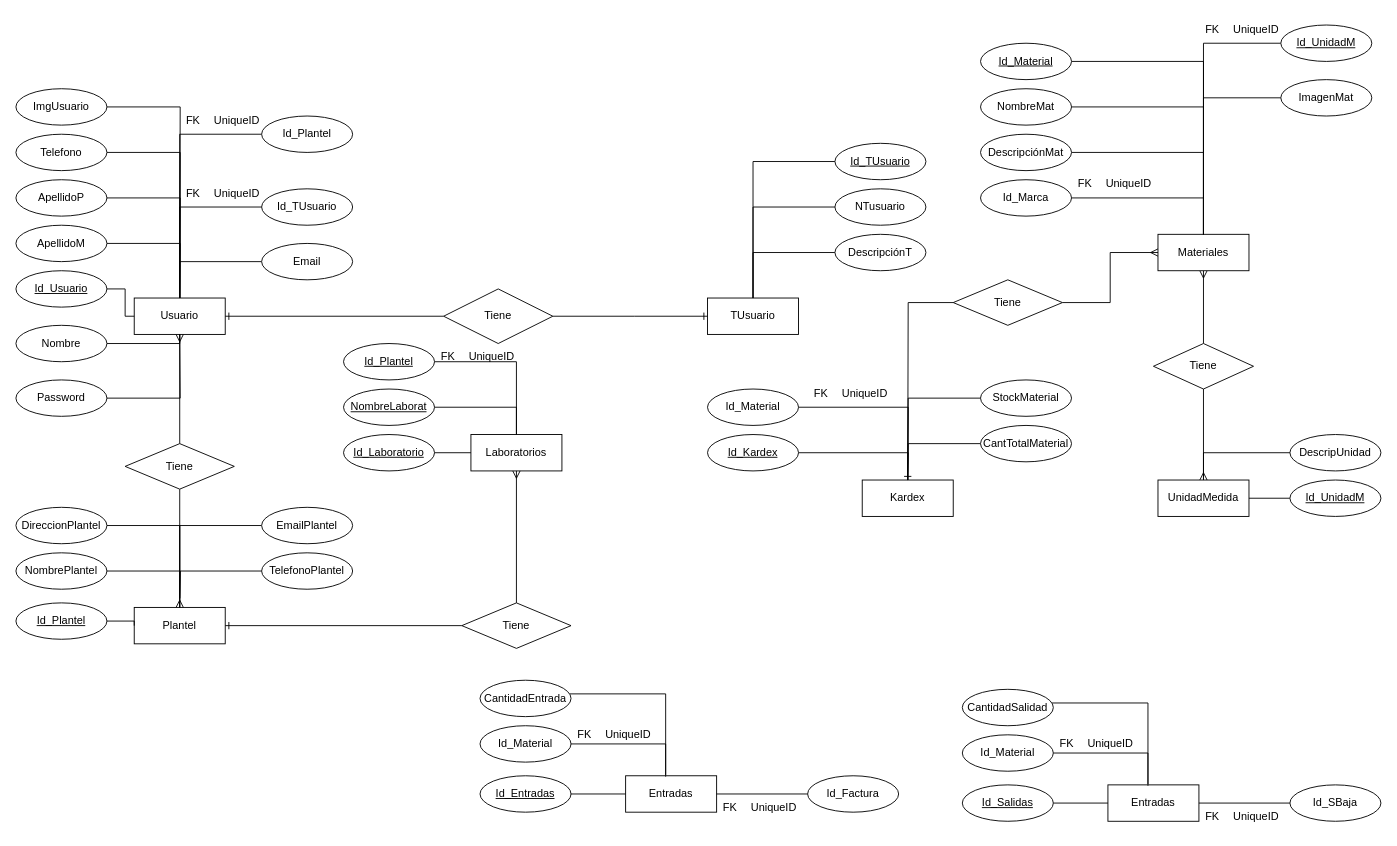
JlchavezG/ContruccionBd keeps this draw.io diagram as page "Eentidad Realacion" (1 of 2) of Diagrama sin título.drawio. Above is the earlier version. Source tidied: cells renumbered, new cells numbered last; positions are measured from the earlier drawing's top-left corner, leaving out a move shared by most shapes. Both pictures are drawn from the tidied source at 91%, with x=0, y=0 at pixel (15, 15).
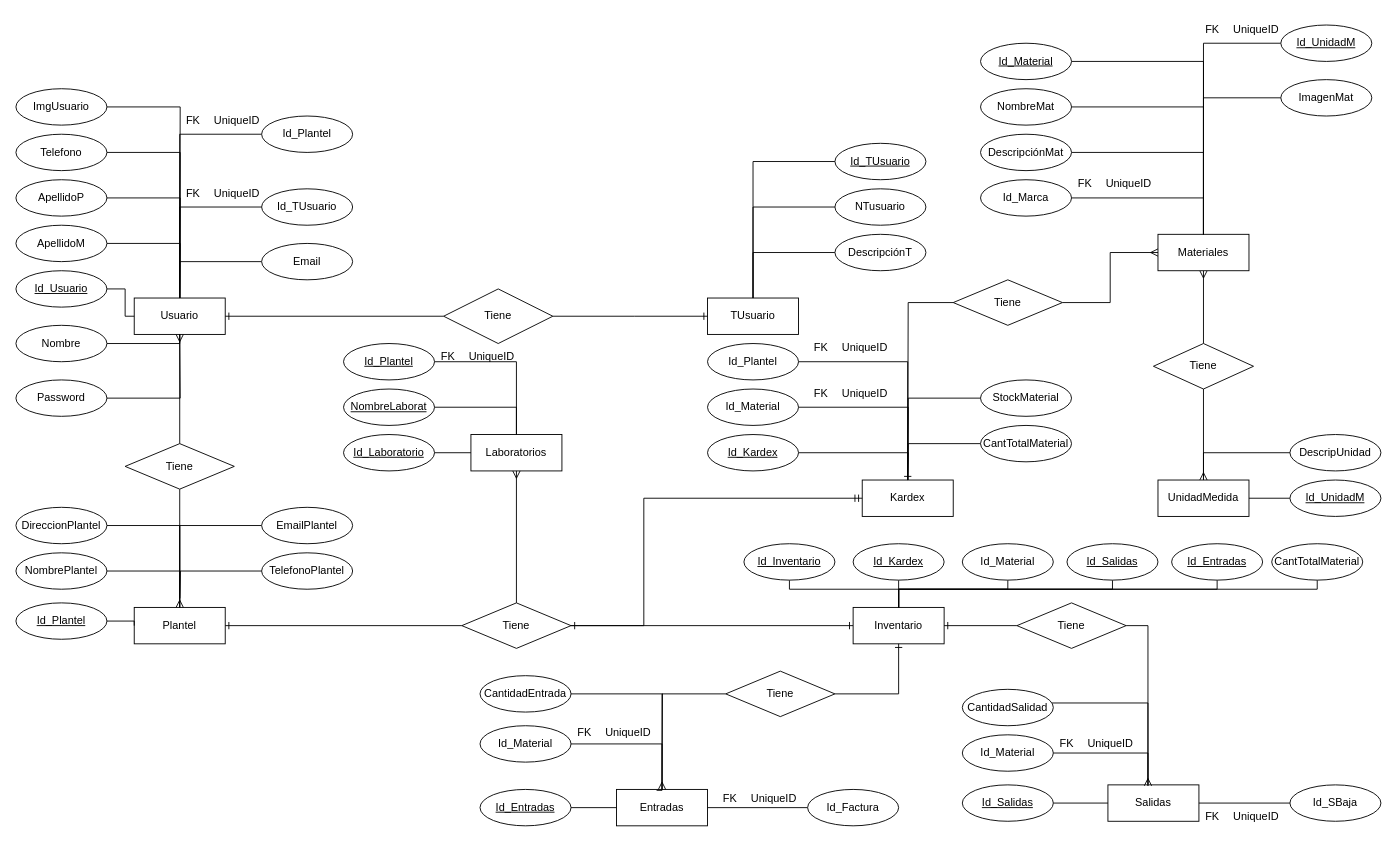
The same diagram, later.

The change refers to these unchanged cells:
```xml
<mxCell id="37" value="Kardex" style="whiteSpace=wrap;html=1;align=center;" parent="1" vertex="1">
  <mxGeometry x="930" y="510" width="100" height="40" as="geometry" />
</mxCell>
<mxCell id="83" value="Tiene" style="shape=rhombus;perimeter=rhombusPerimeter;whiteSpace=wrap;html=1;align=center;" parent="1" vertex="1">
  <mxGeometry x="490" y="645" width="120" height="50" as="geometry" />
</mxCell>
<mxCell id="118" value="Id_Material" style="ellipse;whiteSpace=wrap;html=1;align=center;" parent="1" vertex="1">
  <mxGeometry x="510" y="780" width="100" height="40" as="geometry" />
</mxCell>
```

The edit, as a diff of the source:
```diff
@@
+    <mxCell id="148" style="edgeStyle=orthogonalEdgeStyle;rounded=0;jettySize=auto;html=1;entryX=0;entryY=0.5;entryDx=0;entryDy=0;endArrow=ERmandOne;endFill=0;" parent="1" edge="1" source="83" target="37">
+      <mxGeometry relative="1" as="geometry">
+        <Array as="points">
+          <mxPoint x="690" y="670" />
+          <mxPoint x="690" y="530" />
+        </Array>
+      </mxGeometry>
+    </mxCell>
@@
     <mxCell id="114" value="Entradas" style="whiteSpace=wrap;html=1;align=center;" parent="1" vertex="1">
-      <mxGeometry x="670" y="835" width="100" height="40" as="geometry" />
+      <mxGeometry x="660" y="850" width="100" height="40" as="geometry" />
     </mxCell>
@@
     <mxCell id="116" value="Id_Entradas" style="ellipse;whiteSpace=wrap;html=1;align=center;fontStyle=4;" parent="1" vertex="1">
-      <mxGeometry x="510" y="835" width="100" height="40" as="geometry" />
+      <mxGeometry x="510" y="850" width="100" height="40" as="geometry" />
     </mxCell>
     <mxCell id="117" style="edgeStyle=orthogonalEdgeStyle;rounded=0;jettySize=auto;html=1;entryX=0.44;entryY=0.025;entryDx=0;entryDy=0;entryPerimeter=0;endArrow=none;endFill=0;" parent="1" edge="1" source="118" target="114">
-      <mxGeometry relative="1" as="geometry" />
+      <mxGeometry relative="1" as="geometry">
+        <Array as="points">
+          <mxPoint x="710" y="800" />
+          <mxPoint x="710" y="851" />
+        </Array>
+      </mxGeometry>
     </mxCell>
@@
-    <mxCell id="119" style="edgeStyle=orthogonalEdgeStyle;rounded=0;jettySize=auto;html=1;entryX=0.44;entryY=-0.025;entryDx=0;entryDy=0;entryPerimeter=0;endArrow=none;endFill=0;" parent="1" edge="1" source="120" target="114">
-      <mxGeometry relative="1" as="geometry">
-        <Array as="points">
-          <mxPoint x="714" y="745" />
-        </Array>
-      </mxGeometry>
-    </mxCell>
+    <mxCell id="149" style="edgeStyle=orthogonalEdgeStyle;rounded=0;jettySize=auto;html=1;endArrow=none;endFill=0;" parent="1" edge="1" source="120">
+      <mxGeometry relative="1" as="geometry">
+        <mxPoint x="710" y="850" as="targetPoint" />
+      </mxGeometry>
+    </mxCell>
     <mxCell id="120" value="CantidadEntrada" style="ellipse;whiteSpace=wrap;html=1;align=center;" parent="1" vertex="1">
-      <mxGeometry x="510" y="730" width="100" height="40" as="geometry" />
+      <mxGeometry x="510" y="725" width="100" height="40" as="geometry" />
     </mxCell>
@@
     <mxCell id="122" value="Id_Factura" style="ellipse;whiteSpace=wrap;html=1;align=center;" parent="1" vertex="1">
-      <mxGeometry x="870" y="835" width="100" height="40" as="geometry" />
+      <mxGeometry x="870" y="850" width="100" height="40" as="geometry" />
     </mxCell>
     <mxCell id="123" style="shape=table;startSize=0;childLayout=tableLayout;rowLines=0;fontStyle=0;align=center;strokeColor=none;fillColor=none;" parent="1" vertex="1">
-      <mxGeometry x="770" y="855" width="180" height="30" as="geometry" />
+      <mxGeometry x="770" y="840" width="180" height="40" as="geometry" />
     </mxCell>
     <mxCell id="124" style="shape=tableRow;horizontal=0;startSize=0;swimlaneHead=0;swimlaneBody=0;fillColor=none;top=0;left=0;right=0;bottom=0;" parent="123" vertex="1">
-      <mxGeometry width="180" height="30" as="geometry" />
+      <mxGeometry width="180" height="40" as="geometry" />
     </mxCell>
     <mxCell id="125" value="FK" style="shape=partialRectangle;fillColor=none;top=0;left=0;bottom=0;right=0;fontStyle=0;overflow=hidden;whiteSpace=wrap;html=1;" parent="124" vertex="1">
-      <mxGeometry width="30" height="30" as="geometry" />
+      <mxGeometry width="30" height="40" as="geometry" />
     </mxCell>
     <mxCell id="126" value="UniqueID" style="shape=partialRectangle;fillColor=none;top=0;left=0;bottom=0;right=0;align=left;spacingLeft=6;fontStyle=0;overflow=hidden;whiteSpace=wrap;html=1;" parent="124" vertex="1">
-      <mxGeometry x="30" width="150" height="30" as="geometry" />
+      <mxGeometry x="30" width="150" height="40" as="geometry" />
     </mxCell>
     <mxCell id="127" style="shape=table;startSize=0;childLayout=tableLayout;rowLines=0;fontStyle=0;align=center;strokeColor=none;fillColor=none;" parent="1" vertex="1">
-      <mxGeometry x="610" y="775" width="180" height="30" as="geometry" />
+      <mxGeometry x="610" y="775" width="180" height="25" as="geometry" />
     </mxCell>
     <mxCell id="128" style="shape=tableRow;horizontal=0;startSize=0;swimlaneHead=0;swimlaneBody=0;fillColor=none;top=0;left=0;right=0;bottom=0;" parent="127" vertex="1">
-      <mxGeometry width="180" height="30" as="geometry" />
+      <mxGeometry width="180" height="25" as="geometry" />
     </mxCell>
     <mxCell id="129" value="FK" style="shape=partialRectangle;fillColor=none;top=0;left=0;bottom=0;right=0;fontStyle=0;overflow=hidden;whiteSpace=wrap;html=1;" parent="128" vertex="1">
-      <mxGeometry width="30" height="30" as="geometry" />
+      <mxGeometry width="30" height="25" as="geometry" />
     </mxCell>
     <mxCell id="130" value="UniqueID" style="shape=partialRectangle;fillColor=none;top=0;left=0;bottom=0;right=0;align=left;spacingLeft=6;fontStyle=0;overflow=hidden;whiteSpace=wrap;html=1;" parent="128" vertex="1">
-      <mxGeometry x="30" width="150" height="30" as="geometry" />
+      <mxGeometry x="30" width="150" height="25" as="geometry" />
     </mxCell>
-    <mxCell id="131" value="Entradas" style="whiteSpace=wrap;html=1;align=center;" parent="1" vertex="1">
+    <mxCell id="131" value="Salidas" style="whiteSpace=wrap;html=1;align=center;" parent="1" vertex="1">
       <mxGeometry x="1200" y="845" width="100" height="40" as="geometry" />
     </mxCell>
@@
+    <mxCell id="150" style="edgeStyle=orthogonalEdgeStyle;rounded=0;jettySize=auto;html=1;entryX=1;entryY=0.5;entryDx=0;entryDy=0;endArrow=ERone;endFill=0;startArrow=ERone;startFill=0;" parent="1" edge="1" source="151" target="83">
+      <mxGeometry relative="1" as="geometry" />
+    </mxCell>
+    <mxCell id="151" value="Inventario" style="whiteSpace=wrap;html=1;align=center;" parent="1" vertex="1">
+      <mxGeometry x="920" y="650" width="100" height="40" as="geometry" />
+    </mxCell>
+    <mxCell id="152" style="edgeStyle=orthogonalEdgeStyle;rounded=0;jettySize=auto;html=1;entryX=0.5;entryY=0;entryDx=0;entryDy=0;endArrow=none;endFill=0;" parent="1" edge="1" source="153" target="151">
+      <mxGeometry relative="1" as="geometry">
+        <Array as="points">
+          <mxPoint x="850" y="630" />
+          <mxPoint x="970" y="630" />
+        </Array>
+      </mxGeometry>
+    </mxCell>
+    <mxCell id="153" value="Id_Inventario" style="ellipse;whiteSpace=wrap;html=1;align=center;fontStyle=4;" parent="1" vertex="1">
+      <mxGeometry x="800" y="580" width="100" height="40" as="geometry" />
+    </mxCell>
+    <mxCell id="154" style="edgeStyle=orthogonalEdgeStyle;rounded=0;jettySize=auto;html=1;endArrow=none;endFill=0;" parent="1" edge="1" source="155">
+      <mxGeometry relative="1" as="geometry">
+        <mxPoint x="970" y="650" as="targetPoint" />
+        <Array as="points">
+          <mxPoint x="1090" y="630" />
+          <mxPoint x="970" y="630" />
+        </Array>
+      </mxGeometry>
+    </mxCell>
+    <mxCell id="155" value="Id_Material" style="ellipse;whiteSpace=wrap;html=1;align=center;" parent="1" vertex="1">
+      <mxGeometry x="1040" y="580" width="100" height="40" as="geometry" />
+    </mxCell>
+    <mxCell id="156" style="edgeStyle=orthogonalEdgeStyle;rounded=0;jettySize=auto;html=1;endArrow=none;endFill=0;" parent="1" edge="1" source="157">
+      <mxGeometry relative="1" as="geometry">
+        <mxPoint x="970" y="650" as="targetPoint" />
+      </mxGeometry>
+    </mxCell>
+    <mxCell id="157" value="Id_Kardex" style="ellipse;whiteSpace=wrap;html=1;align=center;fontStyle=4;" parent="1" vertex="1">
+      <mxGeometry x="920" y="580" width="100" height="40" as="geometry" />
+    </mxCell>
+    <mxCell id="158" style="edgeStyle=orthogonalEdgeStyle;rounded=0;jettySize=auto;html=1;entryX=0.5;entryY=0;entryDx=0;entryDy=0;endArrow=none;endFill=0;" parent="1" edge="1" source="159" target="151">
+      <mxGeometry relative="1" as="geometry">
+        <Array as="points">
+          <mxPoint x="1320" y="630" />
+          <mxPoint x="970" y="630" />
+        </Array>
+      </mxGeometry>
+    </mxCell>
+    <mxCell id="159" value="Id_Entradas" style="ellipse;whiteSpace=wrap;html=1;align=center;fontStyle=4;" parent="1" vertex="1">
+      <mxGeometry x="1270" y="580" width="100" height="40" as="geometry" />
+    </mxCell>
+    <mxCell id="160" style="edgeStyle=orthogonalEdgeStyle;rounded=0;jettySize=auto;html=1;entryX=0.5;entryY=0;entryDx=0;entryDy=0;endArrow=none;endFill=0;" parent="1" edge="1" source="161" target="151">
+      <mxGeometry relative="1" as="geometry">
+        <Array as="points">
+          <mxPoint x="1205" y="630" />
+          <mxPoint x="970" y="630" />
+        </Array>
+      </mxGeometry>
+    </mxCell>
+    <mxCell id="161" value="Id_Salidas" style="ellipse;whiteSpace=wrap;html=1;align=center;fontStyle=4;" parent="1" vertex="1">
+      <mxGeometry x="1155" y="580" width="100" height="40" as="geometry" />
+    </mxCell>
+    <mxCell id="162" style="edgeStyle=orthogonalEdgeStyle;rounded=0;jettySize=auto;html=1;entryX=0.5;entryY=0;entryDx=0;entryDy=0;endArrow=none;endFill=0;" parent="1" edge="1" source="163" target="151">
+      <mxGeometry relative="1" as="geometry">
+        <Array as="points">
+          <mxPoint x="1430" y="630" />
+          <mxPoint x="970" y="630" />
+        </Array>
+      </mxGeometry>
+    </mxCell>
+    <mxCell id="163" value="CantTotalMaterial" style="ellipse;whiteSpace=wrap;html=1;align=center;" parent="1" vertex="1">
+      <mxGeometry x="1380" y="580" width="100" height="40" as="geometry" />
+    </mxCell>
+    <mxCell id="164" style="edgeStyle=orthogonalEdgeStyle;rounded=0;jettySize=auto;html=1;entryX=0.5;entryY=0;entryDx=0;entryDy=0;endArrow=none;endFill=0;" parent="1" edge="1" source="165" target="37">
+      <mxGeometry relative="1" as="geometry" />
+    </mxCell>
+    <mxCell id="165" value="Id_Plantel" style="ellipse;whiteSpace=wrap;html=1;align=center;" parent="1" vertex="1">
+      <mxGeometry x="760" y="360" width="100" height="40" as="geometry" />
+    </mxCell>
+    <mxCell id="166" style="shape=table;startSize=0;childLayout=tableLayout;rowLines=0;fontStyle=0;align=center;strokeColor=none;fillColor=none;" parent="1" vertex="1">
+      <mxGeometry x="870" y="350" width="180" height="30" as="geometry" />
+    </mxCell>
+    <mxCell id="167" style="shape=tableRow;horizontal=0;startSize=0;swimlaneHead=0;swimlaneBody=0;fillColor=none;top=0;left=0;right=0;bottom=0;" parent="166" vertex="1">
+      <mxGeometry width="180" height="30" as="geometry" />
+    </mxCell>
+    <mxCell id="168" value="FK" style="shape=partialRectangle;fillColor=none;top=0;left=0;bottom=0;right=0;fontStyle=0;overflow=hidden;whiteSpace=wrap;html=1;" parent="167" vertex="1">
+      <mxGeometry width="30" height="30" as="geometry" />
+    </mxCell>
+    <mxCell id="169" value="UniqueID" style="shape=partialRectangle;fillColor=none;top=0;left=0;bottom=0;right=0;align=left;spacingLeft=6;fontStyle=0;overflow=hidden;whiteSpace=wrap;html=1;" parent="167" vertex="1">
+      <mxGeometry x="30" width="150" height="30" as="geometry" />
+    </mxCell>
+    <mxCell id="170" style="edgeStyle=orthogonalEdgeStyle;rounded=0;jettySize=auto;html=1;entryX=0.5;entryY=1;entryDx=0;entryDy=0;endArrow=ERone;endFill=0;" parent="1" edge="1" source="172" target="151">
+      <mxGeometry relative="1" as="geometry" />
+    </mxCell>
+    <mxCell id="171" style="edgeStyle=orthogonalEdgeStyle;rounded=0;jettySize=auto;html=1;entryX=0.5;entryY=0;entryDx=0;entryDy=0;endArrow=ERmany;endFill=0;" parent="1" edge="1" source="172" target="114">
+      <mxGeometry relative="1" as="geometry">
+        <Array as="points">
+          <mxPoint x="710" y="745" />
+        </Array>
+      </mxGeometry>
+    </mxCell>
+    <mxCell id="172" value="Tiene" style="shape=rhombus;perimeter=rhombusPerimeter;whiteSpace=wrap;html=1;align=center;" parent="1" vertex="1">
+      <mxGeometry x="780" y="720" width="120" height="50" as="geometry" />
+    </mxCell>
+    <mxCell id="173" style="edgeStyle=orthogonalEdgeStyle;rounded=0;jettySize=auto;html=1;entryX=1;entryY=0.5;entryDx=0;entryDy=0;endArrow=ERone;endFill=0;" parent="1" edge="1" source="175" target="151">
+      <mxGeometry relative="1" as="geometry" />
+    </mxCell>
+    <mxCell id="174" style="edgeStyle=orthogonalEdgeStyle;rounded=0;jettySize=auto;html=1;entryX=0.44;entryY=0.025;entryDx=0;entryDy=0;entryPerimeter=0;endArrow=ERmany;endFill=0;" parent="1" edge="1" source="175" target="131">
+      <mxGeometry relative="1" as="geometry">
+        <Array as="points">
+          <mxPoint x="1244" y="670" />
+        </Array>
+      </mxGeometry>
+    </mxCell>
+    <mxCell id="175" value="Tiene" style="shape=rhombus;perimeter=rhombusPerimeter;whiteSpace=wrap;html=1;align=center;" parent="1" vertex="1">
+      <mxGeometry x="1100" y="645" width="120" height="50" as="geometry" />
+    </mxCell>
```
